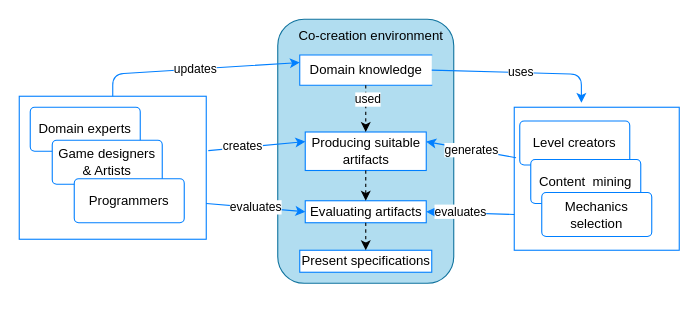
This is page "COCEGMS" (12 of 13) of TheModel.drawio from Kibolabs/Diagrams, a draw.io file, before an edit. Source tidied: cells renumbered, new cells numbered last; positions are measured from the earlier drawing's top-left corner, leaving out a move shared by most shapes. Both pictures are drawn from the tidied source at 110%, with x=0, y=0 at pixel (19, 19).
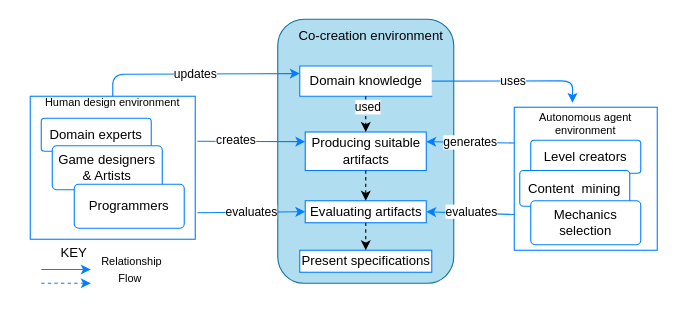
The same page after the edit.

Unchanged cells that the change refers to:
```xml
<mxCell id="5" value="Producing suitable &lt;br&gt;artifacts" style="html=1;dashed=0;whitespace=wrap;strokeColor=#007FFF;" parent="1" vertex="1">
  <mxGeometry x="260" y="102.5" width="110" height="35" as="geometry" />
</mxCell>
<mxCell id="6" value="Evaluating artifacts" style="html=1;dashed=0;whitespace=wrap;strokeColor=#007FFF;" parent="1" vertex="1">
  <mxGeometry x="260" y="165" width="110" height="20" as="geometry" />
</mxCell>
<mxCell id="20" style="endArrow=classic;html=1;rounded=0;exitX=0;exitY=0.75;exitDx=0;exitDy=0;entryX=1;entryY=0.5;entryDx=0;entryDy=0;strokeColor=#007FFF;" parent="1" edge="1" source="8" target="6">
  <mxGeometry relative="1" as="geometry" />
</mxCell>
```

The edit, as a diff of the source:
```diff
@@
     <mxCell id="4" value="Domain knowledge" style="html=1;dashed=0;whitespace=wrap;shape=partialRectangle;right=0;strokeColor=#007FFF;" parent="1" vertex="1">
-      <mxGeometry x="255" y="32.5" width="120" height="27.5" as="geometry" />
+      <mxGeometry x="255" y="42.5" width="120" height="27.5" as="geometry" />
     </mxCell>
@@
     <mxCell id="8" style="html=1;dashed=0;whitespace=wrap;strokeColor=#007FFF;" parent="1" vertex="1">
-      <mxGeometry x="450" y="80" width="150" height="130" as="geometry" />
+      <mxGeometry x="450" y="80" width="130" height="130" as="geometry" />
     </mxCell>
     <mxCell id="9" value="Level creators" style="rounded=1;arcSize=10;whiteSpace=wrap;html=1;align=center;strokeColor=#007FFF;" parent="1" vertex="1">
-      <mxGeometry x="455" y="92.5" width="100" height="40" as="geometry" />
+      <mxGeometry x="465" y="110" width="100" height="30" as="geometry" />
     </mxCell>
     <mxCell id="10" value="Content &amp;nbsp;mining" style="rounded=1;arcSize=10;whiteSpace=wrap;html=1;align=center;strokeColor=#007FFF;" parent="1" vertex="1">
-      <mxGeometry x="465" y="127.5" width="100" height="40" as="geometry" />
+      <mxGeometry x="455" y="137.5" width="100" height="32.5" as="geometry" />
     </mxCell>
     <mxCell id="11" value="Mechanics selection" style="rounded=1;arcSize=10;whiteSpace=wrap;html=1;align=center;strokeColor=#007FFF;" parent="1" vertex="1">
-      <mxGeometry x="475" y="157.5" width="100" height="40" as="geometry" />
+      <mxGeometry x="465" y="165" width="100" height="40" as="geometry" />
     </mxCell>
     <mxCell id="12" style="html=1;dashed=0;whitespace=wrap;strokeColor=#007FFF;" parent="1" vertex="1">
-      <mxGeometry y="70" width="170" height="130" as="geometry" />
+      <mxGeometry x="10" y="70" width="150" height="130" as="geometry" />
     </mxCell>
     <mxCell id="13" value="Domain experts" style="rounded=1;arcSize=10;whiteSpace=wrap;html=1;align=center;strokeColor=#007FFF;" parent="1" vertex="1">
-      <mxGeometry x="10" y="80" width="100" height="40" as="geometry" />
+      <mxGeometry x="20" y="90" width="100" height="30" as="geometry" />
     </mxCell>
     <mxCell id="14" value="Game designers &amp;amp; Artists" style="rounded=1;arcSize=10;whiteSpace=wrap;html=1;align=center;strokeColor=#007FFF;" parent="1" vertex="1">
-      <mxGeometry x="30" y="110" width="100" height="40" as="geometry" />
+      <mxGeometry x="30" y="115" width="100" height="40" as="geometry" />
     </mxCell>
     <mxCell id="15" value="Programmers" style="rounded=1;arcSize=10;whiteSpace=wrap;html=1;align=center;strokeColor=#007FFF;" parent="1" vertex="1">
-      <mxGeometry x="50" y="145" width="100" height="40" as="geometry" />
+      <mxGeometry x="50" y="150" width="100" height="40" as="geometry" />
     </mxCell>
-    <mxCell id="16" style="endArrow=classic;html=1;rounded=0;exitX=1.011;exitY=0.38;exitDx=0;exitDy=0;entryX=0;entryY=0.25;entryDx=0;entryDy=0;exitPerimeter=0;strokeColor=#007FFF;" parent="1" edge="1" source="12" target="5">
+    <mxCell id="16" style="endArrow=classic;html=1;rounded=0;exitX=1.013;exitY=0.315;exitDx=0;exitDy=0;entryX=0;entryY=0.25;entryDx=0;entryDy=0;exitPerimeter=0;strokeColor=#007FFF;" parent="1" edge="1" source="12" target="5">
       <mxGeometry relative="1" as="geometry" />
     </mxCell>
@@
-    <mxCell id="18" value="evaluates" style="endArrow=classic;html=1;rounded=0;exitX=1;exitY=0.75;exitDx=0;exitDy=0;entryX=0;entryY=0.5;entryDx=0;entryDy=0;strokeColor=#007FFF;" parent="1" edge="1" source="12" target="6">
+    <mxCell id="18" value="evaluates" style="endArrow=classic;html=1;rounded=0;exitX=1.013;exitY=0.815;exitDx=0;exitDy=0;entryX=0;entryY=0.5;entryDx=0;entryDy=0;strokeColor=#007FFF;exitPerimeter=0;" parent="1" edge="1" source="12" target="6">
       <mxGeometry relative="1" as="geometry" />
     </mxCell>
-    <mxCell id="19" value="generates" style="endArrow=classic;html=1;rounded=0;exitX=0.011;exitY=0.353;exitDx=0;exitDy=0;entryX=1;entryY=0.25;entryDx=0;entryDy=0;exitPerimeter=0;strokeColor=#007FFF;" parent="1" edge="1" source="8" target="5">
+    <mxCell id="19" value="generates" style="endArrow=classic;html=1;rounded=0;exitX=0;exitY=0.25;exitDx=0;exitDy=0;entryX=1;entryY=0.25;entryDx=0;entryDy=0;strokeColor=#007FFF;" parent="1" edge="1" source="8" target="5">
       <mxGeometry relative="1" as="geometry" />
     </mxCell>
@@
     <mxCell id="21" value="evaluates" style="edgeLabel;html=1;align=center;verticalAlign=middle;" parent="20" vertex="1">
-      <mxGeometry x="0.24" y="-1" relative="1" as="geometry" />
+      <mxGeometry x="0.24" y="-1" relative="1" as="geometry">
+        <mxPoint x="10" as="offset" />
+      </mxGeometry>
     </mxCell>
@@
     <mxCell id="24" value="uses" style="endArrow=classic;html=1;rounded=1;exitX=1;exitY=0.5;exitDx=0;exitDy=0;entryX=0.407;entryY=-0.031;entryDx=0;entryDy=0;entryPerimeter=0;strokeColor=#007FFF;" parent="1" edge="1" source="4" target="8">
       <mxGeometry relative="1" as="geometry">
         <Array as="points">
-          <mxPoint x="511" y="50" />
+          <mxPoint x="503" y="56" />
         </Array>
       </mxGeometry>
     </mxCell>
@@
+    <mxCell id="28" value="KEY" style="text;html=1;strokeColor=none;fillColor=none;align=center;verticalAlign=middle;whiteSpace=wrap;rounded=0;" parent="1" vertex="1">
+      <mxGeometry x="20" y="197.5" width="60" height="30" as="geometry" />
+    </mxCell>
+    <mxCell id="29" style="endArrow=classic;html=1;rounded=1;strokeColor=#007FFF;entryX=0.75;entryY=1;entryDx=0;entryDy=0;exitX=0;exitY=1;exitDx=0;exitDy=0;" parent="1" edge="1" source="28" target="28">
+      <mxGeometry relative="1" as="geometry" />
+    </mxCell>
+    <mxCell id="30" style="endArrow=classic;html=1;rounded=1;strokeColor=#007FFF;entryX=0.75;entryY=1;entryDx=0;entryDy=0;dashed=1;" parent="1" edge="1">
+      <mxGeometry relative="1" as="geometry">
+        <mxPoint x="20" y="240" as="sourcePoint" />
+        <mxPoint x="65" y="240" as="targetPoint" />
+      </mxGeometry>
+    </mxCell>
+    <mxCell id="31" value="Relationship" style="text;html=1;strokeColor=none;fillColor=none;align=center;verticalAlign=middle;whiteSpace=wrap;rounded=0;fontSize=10;" parent="1" vertex="1">
+      <mxGeometry x="55" y="205" width="95" height="30" as="geometry" />
+    </mxCell>
+    <mxCell id="32" value="Flow&amp;nbsp;" style="text;html=1;strokeColor=none;fillColor=none;align=center;verticalAlign=middle;whiteSpace=wrap;rounded=0;fontSize=10;" parent="1" vertex="1">
+      <mxGeometry x="55" y="220" width="95" height="30" as="geometry" />
+    </mxCell>
+    <mxCell id="33" value="Human design environment" style="text;html=1;strokeColor=none;fillColor=none;align=center;verticalAlign=middle;whiteSpace=wrap;rounded=0;fontSize=10;" parent="1" vertex="1">
+      <mxGeometry x="20" y="60" width="130" height="30" as="geometry" />
+    </mxCell>
+    <mxCell id="34" value="Autonomous agent environment" style="text;html=1;strokeColor=none;fillColor=none;align=center;verticalAlign=middle;whiteSpace=wrap;rounded=0;fontSize=10;" parent="1" vertex="1">
+      <mxGeometry x="450" y="80" width="130" height="30" as="geometry" />
+    </mxCell>
```
